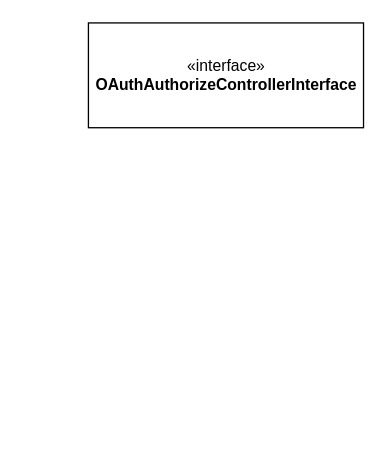
The draw.io diagram oauth.drawio in andrzej-pakula/oauth-api-connector-bundle, before the edit. Source tidied: cells renumbered, new cells numbered last; positions are measured from the earlier drawing's top-left corner, leaving out a move shared by most shapes. Both pictures are drawn from the tidied source at 131%, with x=0, y=0 at pixel (88, 22).
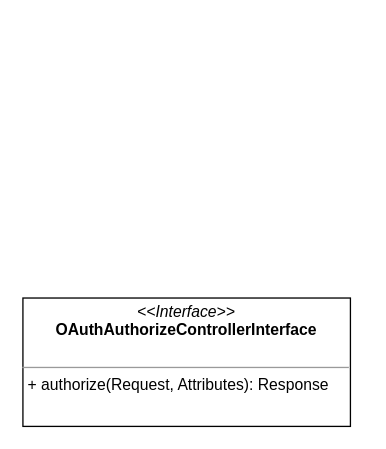
The same diagram, later.

Change to the diagram source:
```diff
@@
 <mxGraphModel>
   <root>
     <mxCell id="0" />
     <mxCell id="1" parent="0" />
-    <mxCell id="2" value="«interface»&lt;br&gt;&lt;b&gt;OAuthAuthorizeControllerInterface&lt;/b&gt;" style="html=1;" parent="1" vertex="1">
-      <mxGeometry width="210" height="80" as="geometry" />
-    </mxCell>
+    <mxCell id="3" value="&lt;p style=&quot;margin: 0px ; margin-top: 4px ; text-align: center&quot;&gt;&lt;i&gt;&amp;lt;&amp;lt;Interface&amp;gt;&amp;gt;&lt;/i&gt;&lt;br&gt;&lt;b&gt;OAuthAuthorizeControllerInterface&lt;/b&gt;&lt;br&gt;&lt;/p&gt;&lt;p style=&quot;margin: 0px ; margin-left: 4px&quot;&gt;&lt;br&gt;&lt;/p&gt;&lt;hr size=&quot;1&quot;&gt;&lt;p style=&quot;margin: 0px ; margin-left: 4px&quot;&gt;+ authorize(Request, Attributes): Response&lt;br&gt;&lt;br&gt;&lt;/p&gt;" style="verticalAlign=top;align=left;overflow=fill;fontSize=12;fontFamily=Helvetica;html=1;" parent="1" vertex="1">
+      <mxGeometry x="-50" y="210" width="250" height="98" as="geometry" />
+    </mxCell>
   </root>
 </mxGraphModel>
```
